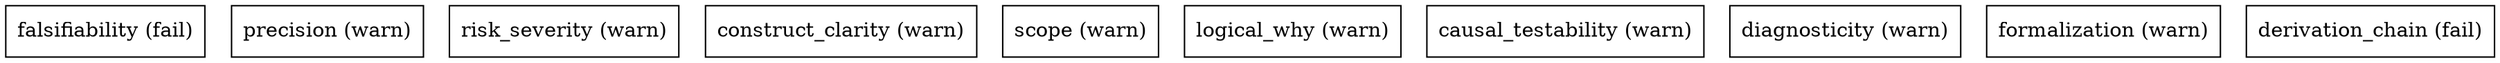
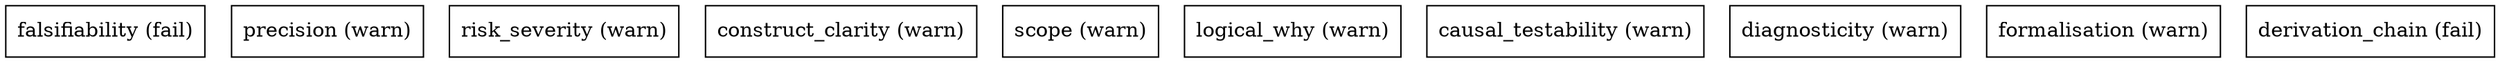
digraph development_roadmap {
  rankdir=TB;
  node [shape=box];
  "falsifiability" [label="falsifiability (fail)"];
  "precision" [label="precision (warn)"];
  "risk_severity" [label="risk_severity (warn)"];
  "construct_clarity" [label="construct_clarity (warn)"];
  "scope" [label="scope (warn)"];
  "logical_why" [label="logical_why (warn)"];
  "causal_testability" [label="causal_testability (warn)"];
  "diagnosticity" [label="diagnosticity (warn)"];
-   "formalization" [label="formalization (warn)"];
+   "formalisation" [label="formalisation (warn)"];
  "derivation_chain" [label="derivation_chain (fail)"];
}
